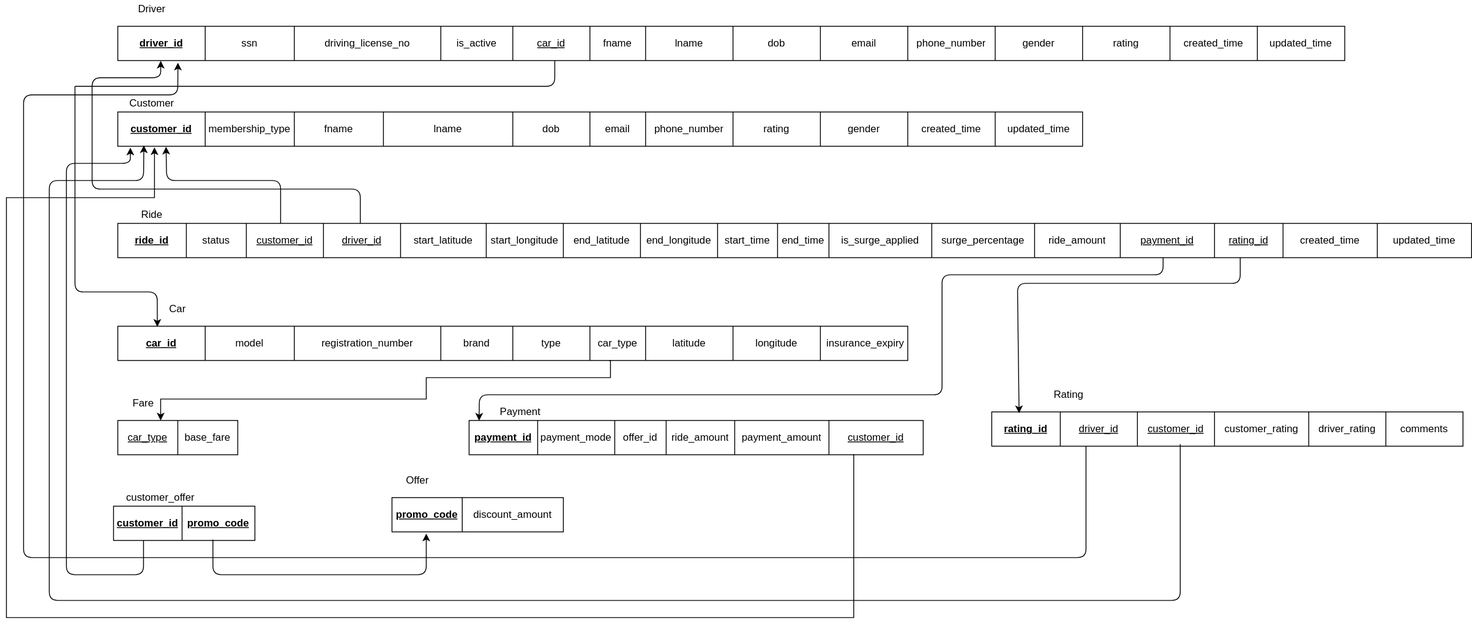
Before: ER Schema.svg, a diagram exported from draw.io (NandhiniPeriyasamy13/Uber-backend-database-design). Source tidied: cells renumbered, new cells last; positions are measured from the earlier drawing's top-left corner, leaving out a move shared by most shapes.
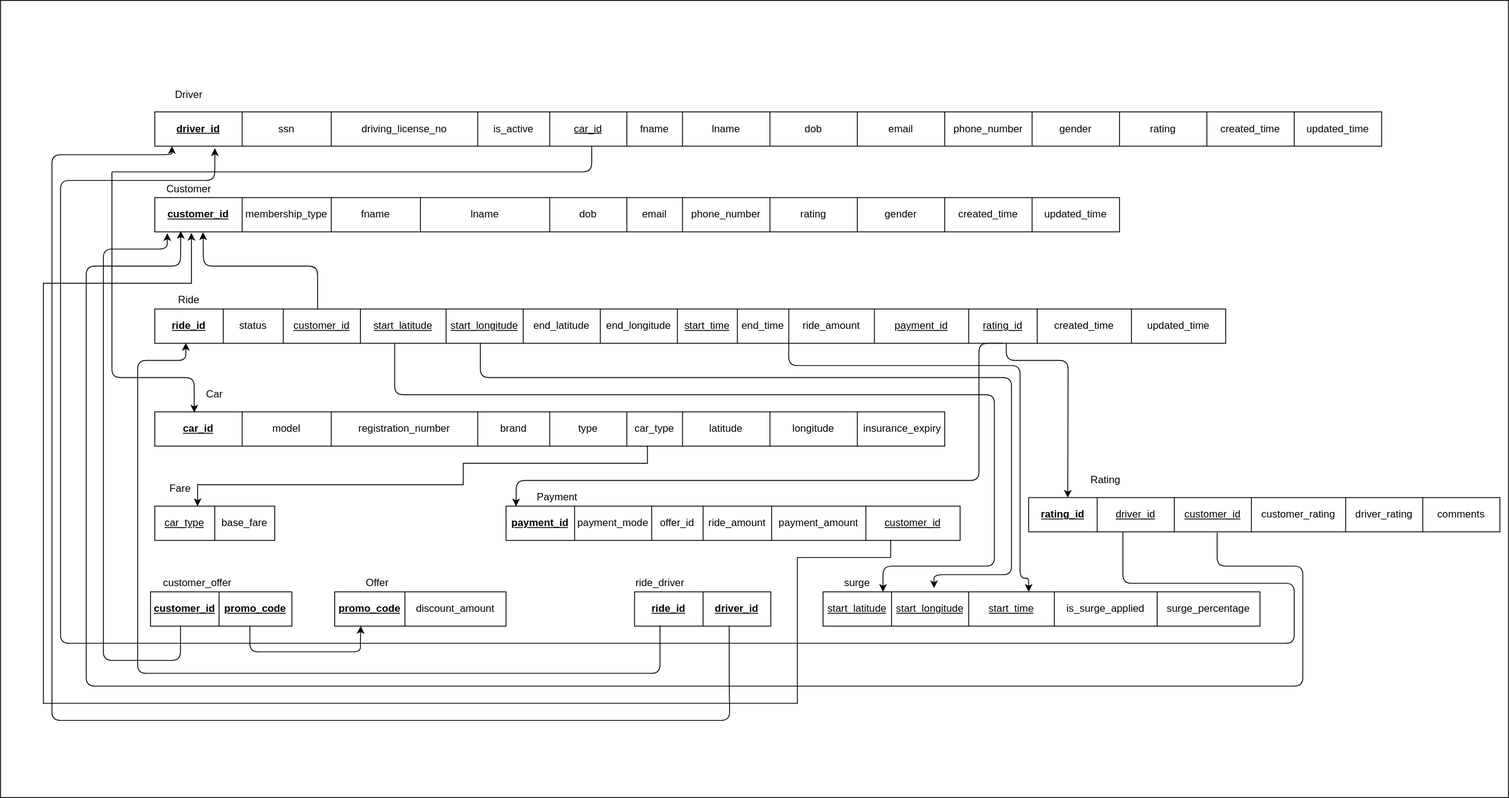
The same file after the commit.

What changed in the source:
```diff
@@ -2,6 +2,9 @@
   <root>
     <mxCell id="0" />
     <mxCell id="1" parent="0" />
+    <mxCell id="110" style="rounded=0;whiteSpace=wrap;html=1;" parent="1" vertex="1">
+      <mxGeometry x="-50" y="-100" width="1760" height="930" as="geometry" />
+    </mxCell>
     <mxCell id="2" style="shape=table;html=1;whiteSpace=wrap;startSize=0;fontSize=12;" parent="1" vertex="1">
       <mxGeometry x="130" y="30" width="1432" height="40" as="geometry" />
     </mxCell>
@@ -90,10 +93,10 @@
       <mxGeometry x="1024" width="102" height="40" as="geometry" />
     </mxCell>
     <mxCell id="31" style="shape=table;html=1;whiteSpace=wrap;startSize=0;fontSize=12;" parent="1" vertex="1">
-      <mxGeometry x="130" y="260" width="1580" height="40" as="geometry" />
+      <mxGeometry x="130" y="260" width="1250" height="40" as="geometry" />
     </mxCell>
     <mxCell id="32" style="shape=partialRectangle;html=1;whiteSpace=wrap;fillColor=none;top=0;left=0;bottom=0;right=0;points=[[0,0.5],[1,0.5]];portConstraint=eastwest;fontSize=12;" parent="31" vertex="1">
-      <mxGeometry width="1580" height="40" as="geometry" />
+      <mxGeometry width="1250" height="40" as="geometry" />
     </mxCell>
     <mxCell id="33" value="&lt;b style=&quot;font-size: 12px;&quot;&gt;&lt;u style=&quot;font-size: 12px;&quot;&gt;ride_id&lt;/u&gt;&lt;/b&gt;" style="shape=partialRectangle;html=1;whiteSpace=wrap;fillColor=none;top=0;left=0;bottom=0;right=0;overflow=hidden;fontSize=12;" parent="32" vertex="1">
       <mxGeometry width="80" height="40" as="geometry" />
@@ -104,47 +107,38 @@
     <mxCell id="35" value="&lt;u style=&quot;font-size: 12px;&quot;&gt;customer_id&lt;/u&gt;" style="shape=partialRectangle;html=1;whiteSpace=wrap;fillColor=none;top=0;left=0;bottom=0;right=0;overflow=hidden;fontSize=12;" parent="32" vertex="1">
       <mxGeometry x="150" width="90" height="40" as="geometry" />
     </mxCell>
-    <mxCell id="36" value="&lt;u style=&quot;font-size: 12px;&quot;&gt;driver_id&lt;/u&gt;" style="shape=partialRectangle;html=1;whiteSpace=wrap;fillColor=none;top=0;left=0;bottom=0;right=0;overflow=hidden;fontSize=12;" parent="32" vertex="1">
-      <mxGeometry x="240" width="90" height="40" as="geometry" />
-    </mxCell>
-    <mxCell id="37" value="start_latitude" style="shape=partialRectangle;html=1;whiteSpace=wrap;fillColor=none;top=0;left=0;bottom=0;right=0;overflow=hidden;fontSize=12;" parent="32" vertex="1">
-      <mxGeometry x="330" width="100" height="40" as="geometry" />
+    <mxCell id="37" value="&lt;u&gt;start_latitude&lt;/u&gt;" style="shape=partialRectangle;html=1;whiteSpace=wrap;fillColor=none;top=0;left=0;bottom=0;right=0;overflow=hidden;fontSize=12;" parent="32" vertex="1">
+      <mxGeometry x="240" width="100" height="40" as="geometry" />
     </mxCell>
-    <mxCell id="38" value="start_longitude" style="shape=partialRectangle;html=1;whiteSpace=wrap;fillColor=none;top=0;left=0;bottom=0;right=0;overflow=hidden;fontSize=12;" parent="32" vertex="1">
-      <mxGeometry x="430" width="90" height="40" as="geometry" />
+    <mxCell id="38" value="&lt;u&gt;start_longitude&lt;/u&gt;" style="shape=partialRectangle;html=1;whiteSpace=wrap;fillColor=none;top=0;left=0;bottom=0;right=0;overflow=hidden;fontSize=12;" parent="32" vertex="1">
+      <mxGeometry x="340" width="90" height="40" as="geometry" />
     </mxCell>
     <mxCell id="39" value="end_latitude" style="shape=partialRectangle;html=1;whiteSpace=wrap;fillColor=none;top=0;left=0;bottom=0;right=0;overflow=hidden;fontSize=12;" parent="32" vertex="1">
-      <mxGeometry x="520" width="90" height="40" as="geometry" />
+      <mxGeometry x="430" width="90" height="40" as="geometry" />
     </mxCell>
     <mxCell id="40" value="end_longitude" style="shape=partialRectangle;html=1;whiteSpace=wrap;fillColor=none;top=0;left=0;bottom=0;right=0;overflow=hidden;fontSize=12;" parent="32" vertex="1">
-      <mxGeometry x="610" width="90" height="40" as="geometry" />
+      <mxGeometry x="520" width="90" height="40" as="geometry" />
     </mxCell>
-    <mxCell id="41" value="start_time" style="shape=partialRectangle;html=1;whiteSpace=wrap;fillColor=none;top=0;left=0;bottom=0;right=0;overflow=hidden;fontSize=12;" parent="32" vertex="1">
-      <mxGeometry x="700" width="70" height="40" as="geometry" />
+    <mxCell id="41" value="&lt;u&gt;start_time&lt;/u&gt;" style="shape=partialRectangle;html=1;whiteSpace=wrap;fillColor=none;top=0;left=0;bottom=0;right=0;overflow=hidden;fontSize=12;" parent="32" vertex="1">
+      <mxGeometry x="610" width="70" height="40" as="geometry" />
     </mxCell>
     <mxCell id="42" value="end_time" style="shape=partialRectangle;html=1;whiteSpace=wrap;fillColor=none;top=0;left=0;bottom=0;right=0;overflow=hidden;fontSize=12;" parent="32" vertex="1">
-      <mxGeometry x="770" width="60" height="40" as="geometry" />
+      <mxGeometry x="680" width="60" height="40" as="geometry" />
     </mxCell>
-    <mxCell id="43" value="&lt;span style=&quot;font-size: 12px;&quot;&gt;is_surge_applied&lt;/span&gt;" style="shape=partialRectangle;html=1;whiteSpace=wrap;fillColor=none;top=0;left=0;bottom=0;right=0;overflow=hidden;fontSize=12;" parent="32" vertex="1">
-      <mxGeometry x="830" width="120" height="40" as="geometry" />
-    </mxCell>
-    <mxCell id="44" value="surge_percentage" style="shape=partialRectangle;html=1;whiteSpace=wrap;fillColor=none;top=0;left=0;bottom=0;right=0;overflow=hidden;fontSize=12;" parent="32" vertex="1">
-      <mxGeometry x="950" width="120" height="40" as="geometry" />
-    </mxCell>
     <mxCell id="45" value="ride_amount" style="shape=partialRectangle;html=1;whiteSpace=wrap;fillColor=none;top=0;left=0;bottom=0;right=0;overflow=hidden;fontSize=12;" parent="32" vertex="1">
-      <mxGeometry x="1070" width="100" height="40" as="geometry" />
+      <mxGeometry x="740" width="100" height="40" as="geometry" />
     </mxCell>
     <mxCell id="46" value="&lt;u style=&quot;font-size: 12px;&quot;&gt;payment_id&lt;/u&gt;" style="shape=partialRectangle;html=1;whiteSpace=wrap;fillColor=none;top=0;left=0;bottom=0;right=0;overflow=hidden;fontSize=12;" parent="32" vertex="1">
-      <mxGeometry x="1170" width="110" height="40" as="geometry" />
+      <mxGeometry x="840" width="110" height="40" as="geometry" />
     </mxCell>
     <mxCell id="47" value="&lt;u style=&quot;font-size: 12px;&quot;&gt;rating_id&lt;/u&gt;" style="shape=partialRectangle;html=1;whiteSpace=wrap;fillColor=none;top=0;left=0;bottom=0;right=0;overflow=hidden;fontSize=12;" parent="32" vertex="1">
-      <mxGeometry x="1280" width="80" height="40" as="geometry" />
+      <mxGeometry x="950" width="80" height="40" as="geometry" />
     </mxCell>
     <mxCell id="48" value="created_time" style="shape=partialRectangle;html=1;whiteSpace=wrap;fillColor=none;top=0;left=0;bottom=0;right=0;overflow=hidden;fontSize=12;" parent="32" vertex="1">
-      <mxGeometry x="1360" width="110" height="40" as="geometry" />
+      <mxGeometry x="1030" width="110" height="40" as="geometry" />
     </mxCell>
     <mxCell id="49" value="updated_time" style="shape=partialRectangle;html=1;whiteSpace=wrap;fillColor=none;top=0;left=0;bottom=0;right=0;overflow=hidden;fontSize=12;" parent="32" vertex="1">
-      <mxGeometry x="1470" width="110" height="40" as="geometry" />
+      <mxGeometry x="1140" width="110" height="40" as="geometry" />
     </mxCell>
     <mxCell id="50" style="shape=table;html=1;whiteSpace=wrap;startSize=0;fontSize=12;" parent="1" vertex="1">
       <mxGeometry x="130" y="380" width="922" height="40" as="geometry" />
@@ -192,7 +186,7 @@
       <mxGeometry x="70" width="70" height="40" as="geometry" />
     </mxCell>
     <mxCell id="65" style="shape=table;html=1;whiteSpace=wrap;startSize=0;fontSize=12;" parent="1" vertex="1">
-      <mxGeometry x="450" y="580" width="200" height="40" as="geometry" />
+      <mxGeometry x="340" y="590" width="200" height="40" as="geometry" />
     </mxCell>
     <mxCell id="66" style="shape=partialRectangle;html=1;whiteSpace=wrap;fillColor=none;top=0;left=0;bottom=0;right=0;points=[[0,0.5],[1,0.5]];portConstraint=eastwest;fontSize=12;" parent="65" vertex="1">
       <mxGeometry width="200" height="40" as="geometry" />
@@ -280,36 +274,14 @@
         </Array>
       </mxGeometry>
     </mxCell>
-    <mxCell id="88" style="endArrow=classic;html=1;entryX=0.035;entryY=1.007;entryDx=0;entryDy=0;entryPerimeter=0;fontSize=12;" parent="1" edge="1" target="3">
-      <mxGeometry relative="1" as="geometry">
-        <mxPoint x="413" y="260" as="sourcePoint" />
-        <Array as="points">
-          <mxPoint x="413" y="260" />
-          <mxPoint x="413" y="220" />
-          <mxPoint x="100" y="220" />
-          <mxPoint x="100" y="150" />
-          <mxPoint x="100" y="90" />
-          <mxPoint x="180" y="90" />
-        </Array>
-      </mxGeometry>
-    </mxCell>
-    <mxCell id="89" style="endArrow=classic;html=1;entryX=0.058;entryY=0.038;entryDx=0;entryDy=0;entryPerimeter=0;fontSize=12;" parent="1" edge="1" target="78">
-      <mxGeometry relative="1" as="geometry">
-        <mxPoint x="1440" y="300" as="sourcePoint" />
-        <Array as="points">
-          <mxPoint x="1440" y="300" />
-          <mxPoint x="1440" y="330" />
-          <mxPoint x="1310" y="330" />
-          <mxPoint x="1180" y="330" />
-        </Array>
-      </mxGeometry>
-    </mxCell>
     <mxCell id="90" style="endArrow=classic;html=1;entryX=0.049;entryY=1.062;entryDx=0;entryDy=0;entryPerimeter=0;fontSize=12;" parent="1" edge="1" target="3">
       <mxGeometry relative="1" as="geometry">
         <mxPoint x="1260" y="520" as="sourcePoint" />
         <Array as="points">
           <mxPoint x="1260" y="520" />
-          <mxPoint x="1260" y="650" />
+          <mxPoint x="1260" y="580" />
+          <mxPoint x="1460" y="580" />
+          <mxPoint x="1460" y="650" />
           <mxPoint x="170" y="650" />
           <mxPoint x="20" y="650" />
           <mxPoint x="20" y="110" />
@@ -317,12 +289,12 @@
         </Array>
       </mxGeometry>
     </mxCell>
-    <mxCell id="91" style="endArrow=classic;html=1;entryX=0.027;entryY=0.974;entryDx=0;entryDy=0;entryPerimeter=0;fontSize=12;" parent="1" edge="1" target="19">
+    <mxCell id="91" style="endArrow=classic;html=1;entryX=0.027;entryY=0.974;entryDx=0;entryDy=0;entryPerimeter=0;fontSize=12;exitX=0.4;exitY=1.023;exitDx=0;exitDy=0;exitPerimeter=0;" parent="1" edge="1" source="78" target="19">
       <mxGeometry relative="1" as="geometry">
-        <mxPoint x="1370" y="517.5" as="sourcePoint" />
         <Array as="points">
-          <mxPoint x="1370" y="517.5" />
-          <mxPoint x="1370" y="700" />
+          <mxPoint x="1370" y="560" />
+          <mxPoint x="1470" y="560" />
+          <mxPoint x="1470" y="700" />
           <mxPoint x="50" y="700" />
           <mxPoint x="50" y="210" />
           <mxPoint x="160" y="210" />
@@ -331,10 +303,9 @@
     </mxCell>
     <mxCell id="92" style="endArrow=classic;html=1;entryX=0.022;entryY=0.006;entryDx=0;entryDy=0;entryPerimeter=0;fontSize=12;" parent="1" edge="1" target="70">
       <mxGeometry relative="1" as="geometry">
-        <mxPoint x="1350" y="300" as="sourcePoint" />
+        <mxPoint x="1120" y="300" as="sourcePoint" />
         <Array as="points">
-          <mxPoint x="1350" y="300" />
-          <mxPoint x="1350" y="320" />
+          <mxPoint x="1092" y="300" />
           <mxPoint x="1092" y="320" />
           <mxPoint x="1092" y="460" />
           <mxPoint x="820" y="460" />
@@ -375,15 +346,13 @@
     <mxCell id="103" value="&lt;font style=&quot;font-size: 12px;&quot;&gt;Rating&lt;/font&gt;" style="text;html=1;strokeColor=none;fillColor=none;align=center;verticalAlign=middle;whiteSpace=wrap;rounded=0;fontSize=12;" parent="1" vertex="1">
       <mxGeometry x="1210" y="450" width="60" height="20" as="geometry" />
     </mxCell>
-    <mxCell id="104" style="endArrow=classic;html=1;edgeStyle=orthogonalEdgeStyle;fontSize=12;" parent="1" edge="1">
+    <mxCell id="104" style="endArrow=classic;html=1;edgeStyle=orthogonalEdgeStyle;fontSize=12;entryX=0.152;entryY=0.998;entryDx=0;entryDy=0;entryPerimeter=0;" parent="1" edge="1" source="94" target="66">
       <mxGeometry relative="1" as="geometry">
-        <mxPoint x="241" y="629" as="sourcePoint" />
-        <mxPoint x="489" y="622" as="targetPoint" />
         <Array as="points">
-          <mxPoint x="241" y="629" />
-          <mxPoint x="241" y="670" />
-          <mxPoint x="490" y="670" />
-          <mxPoint x="490" y="622" />
+          <mxPoint x="241" y="660" />
+          <mxPoint x="370" y="660" />
+          <mxPoint x="370" y="650" />
+          <mxPoint x="370" y="650" />
         </Array>
       </mxGeometry>
     </mxCell>
@@ -402,12 +371,14 @@
       <mxGeometry x="150" y="570" width="60" height="20" as="geometry" />
     </mxCell>
     <mxCell id="107" value="&lt;font style=&quot;font-size: 12px;&quot;&gt;Offer&lt;/font&gt;" style="text;html=1;strokeColor=none;fillColor=none;align=center;verticalAlign=middle;whiteSpace=wrap;rounded=0;fontSize=12;" parent="1" vertex="1">
-      <mxGeometry x="450" y="550" width="60" height="20" as="geometry" />
+      <mxGeometry x="360" y="570" width="60" height="20" as="geometry" />
     </mxCell>
     <mxCell id="108" style="endArrow=classic;html=1;rounded=0;edgeStyle=orthogonalEdgeStyle;exitX=0.847;exitY=0.979;exitDx=0;exitDy=0;exitPerimeter=0;entryX=0.038;entryY=1.031;entryDx=0;entryDy=0;entryPerimeter=0;fontSize=12;" parent="1" edge="1" source="70" target="19">
       <mxGeometry relative="1" as="geometry">
         <Array as="points">
-          <mxPoint x="989" y="720" />
+          <mxPoint x="989" y="550" />
+          <mxPoint x="880" y="550" />
+          <mxPoint x="880" y="720" />
           <mxPoint y="720" />
           <mxPoint y="230" />
           <mxPoint x="173" y="230" />
@@ -425,5 +396,107 @@
         </Array>
       </mxGeometry>
     </mxCell>
+    <mxCell id="111" style="shape=table;html=1;whiteSpace=wrap;startSize=0;fontSize=12;" parent="1" vertex="1">
+      <mxGeometry x="910" y="590" width="510" height="40" as="geometry" />
+    </mxCell>
+    <mxCell id="112" style="shape=partialRectangle;html=1;whiteSpace=wrap;fillColor=none;top=0;left=0;bottom=0;right=0;points=[[0,0.5],[1,0.5]];portConstraint=eastwest;fontSize=12;" parent="111" vertex="1">
+      <mxGeometry width="510" height="40" as="geometry" />
+    </mxCell>
+    <mxCell id="113" value="&lt;u&gt;start_latitude&lt;/u&gt;" style="shape=partialRectangle;html=1;whiteSpace=wrap;fillColor=none;top=0;left=0;bottom=0;right=0;overflow=hidden;fontSize=12;" parent="112" vertex="1">
+      <mxGeometry width="80" height="40" as="geometry" />
+    </mxCell>
+    <mxCell id="114" value="&lt;u&gt;start_longitude&lt;/u&gt;" style="shape=partialRectangle;html=1;whiteSpace=wrap;fillColor=none;top=0;left=0;bottom=0;right=0;overflow=hidden;fontSize=12;" parent="112" vertex="1">
+      <mxGeometry x="80" width="90" height="40" as="geometry" />
+    </mxCell>
+    <mxCell id="115" value="&lt;u&gt;start_time&lt;/u&gt;" style="shape=partialRectangle;html=1;whiteSpace=wrap;fillColor=none;top=0;left=0;bottom=0;right=0;overflow=hidden;fontSize=12;" parent="112" vertex="1">
+      <mxGeometry x="170" width="100" height="40" as="geometry" />
+    </mxCell>
+    <mxCell id="43" value="&lt;span style=&quot;font-size: 12px;&quot;&gt;is_surge_applied&lt;/span&gt;" style="shape=partialRectangle;html=1;whiteSpace=wrap;fillColor=none;top=0;left=0;bottom=0;right=0;overflow=hidden;fontSize=12;" parent="112" vertex="1">
+      <mxGeometry x="270" width="120" height="40" as="geometry" />
+    </mxCell>
+    <mxCell id="44" value="surge_percentage" style="shape=partialRectangle;html=1;whiteSpace=wrap;fillColor=none;top=0;left=0;bottom=0;right=0;overflow=hidden;fontSize=12;" parent="112" vertex="1">
+      <mxGeometry x="390" width="120" height="40" as="geometry" />
+    </mxCell>
+    <mxCell id="116" value="&lt;font style=&quot;font-size: 12px&quot;&gt;surge&lt;/font&gt;" style="text;html=1;strokeColor=none;fillColor=none;align=center;verticalAlign=middle;whiteSpace=wrap;rounded=0;fontSize=12;" parent="1" vertex="1">
+      <mxGeometry x="920" y="570" width="60" height="20" as="geometry" />
+    </mxCell>
+    <mxCell id="117" style="shape=table;html=1;whiteSpace=wrap;startSize=0;fontSize=12;" parent="1" vertex="1">
+      <mxGeometry x="690" y="590" width="159" height="40" as="geometry" />
+    </mxCell>
+    <mxCell id="118" style="shape=partialRectangle;html=1;whiteSpace=wrap;fillColor=none;top=0;left=0;bottom=0;right=0;points=[[0,0.5],[1,0.5]];portConstraint=eastwest;fontSize=12;" parent="117" vertex="1">
+      <mxGeometry width="159" height="40" as="geometry" />
+    </mxCell>
+    <mxCell id="119" value="&lt;b&gt;&lt;u&gt;ride_id&lt;/u&gt;&lt;/b&gt;" style="shape=partialRectangle;html=1;whiteSpace=wrap;fillColor=none;top=0;left=0;bottom=0;right=0;overflow=hidden;fontSize=12;" parent="118" vertex="1">
+      <mxGeometry width="80" height="40" as="geometry" />
+    </mxCell>
+    <mxCell id="36" value="&lt;u&gt;&lt;b&gt;driver_id&lt;/b&gt;&lt;/u&gt;" style="shape=partialRectangle;html=1;whiteSpace=wrap;fillColor=none;top=0;left=0;bottom=0;right=0;overflow=hidden;fontSize=12;" parent="118" vertex="1">
+      <mxGeometry x="80" width="79" height="40" as="geometry" />
+    </mxCell>
+    <mxCell id="120" value="ride_driver" style="text;html=1;strokeColor=none;fillColor=none;align=center;verticalAlign=middle;whiteSpace=wrap;rounded=0;fontSize=12;" parent="1" vertex="1">
+      <mxGeometry x="690" y="570" width="60" height="20" as="geometry" />
+    </mxCell>
+    <mxCell id="121" style="endArrow=classic;html=1;entryX=0.083;entryY=0.003;entryDx=0;entryDy=0;entryPerimeter=0;exitX=0.795;exitY=1;exitDx=0;exitDy=0;exitPerimeter=0;" parent="1" edge="1" source="32" target="78">
+      <mxGeometry relative="1" as="geometry">
+        <Array as="points">
+          <mxPoint x="1124" y="320" />
+          <mxPoint x="1196" y="320" />
+        </Array>
+      </mxGeometry>
+    </mxCell>
+    <mxCell id="122" style="endArrow=classic;html=1;edgeStyle=orthogonalEdgeStyle;entryX=1;entryY=1;entryDx=0;entryDy=0;" parent="1" edge="1" target="116">
+      <mxGeometry relative="1" as="geometry">
+        <mxPoint x="410" y="300" as="sourcePoint" />
+        <Array as="points">
+          <mxPoint x="410" y="300" />
+          <mxPoint x="410" y="360" />
+          <mxPoint x="1110" y="360" />
+          <mxPoint x="1110" y="560" />
+          <mxPoint x="980" y="560" />
+        </Array>
+      </mxGeometry>
+    </mxCell>
+    <mxCell id="123" style="endArrow=classic;html=1;edgeStyle=orthogonalEdgeStyle;exitX=0.304;exitY=0.984;exitDx=0;exitDy=0;exitPerimeter=0;entryX=0.254;entryY=-0.108;entryDx=0;entryDy=0;entryPerimeter=0;" parent="1" edge="1" source="32" target="112">
+      <mxGeometry relative="1" as="geometry">
+        <Array as="points">
+          <mxPoint x="510" y="340" />
+          <mxPoint x="1130" y="340" />
+          <mxPoint x="1130" y="570" />
+          <mxPoint x="1040" y="570" />
+        </Array>
+      </mxGeometry>
+    </mxCell>
+    <mxCell id="124" style="endArrow=classic;html=1;edgeStyle=orthogonalEdgeStyle;entryX=0.254;entryY=-0.108;entryDx=0;entryDy=0;entryPerimeter=0;" parent="1" edge="1" source="32">
+      <mxGeometry relative="1" as="geometry">
+        <mxPoint x="1150" y="590" as="targetPoint" />
+        <Array as="points">
+          <mxPoint x="870" y="326" />
+          <mxPoint x="1140" y="326" />
+          <mxPoint x="1140" y="574" />
+          <mxPoint x="1150" y="574" />
+        </Array>
+      </mxGeometry>
+    </mxCell>
+    <mxCell id="125" style="endArrow=classic;html=1;exitX=0.187;exitY=0.981;exitDx=0;exitDy=0;exitPerimeter=0;edgeStyle=orthogonalEdgeStyle;entryX=0.029;entryY=0.989;entryDx=0;entryDy=0;entryPerimeter=0;" parent="1" edge="1" source="118" target="32">
+      <mxGeometry relative="1" as="geometry">
+        <Array as="points">
+          <mxPoint x="720" y="685" />
+          <mxPoint x="110" y="685" />
+          <mxPoint x="110" y="320" />
+          <mxPoint x="166" y="320" />
+        </Array>
+      </mxGeometry>
+    </mxCell>
+    <mxCell id="126" style="endArrow=classic;html=1;edgeStyle=orthogonalEdgeStyle;exitX=0.695;exitY=0.986;exitDx=0;exitDy=0;exitPerimeter=0;" parent="1" edge="1" source="118" target="3">
+      <mxGeometry relative="1" as="geometry">
+        <Array as="points">
+          <mxPoint x="801" y="695" />
+          <mxPoint x="801" y="695" />
+          <mxPoint x="801" y="740" />
+          <mxPoint x="10" y="740" />
+          <mxPoint x="10" y="80" />
+          <mxPoint x="150" y="80" />
+        </Array>
+      </mxGeometry>
+    </mxCell>
   </root>
 </mxGraphModel>
```
